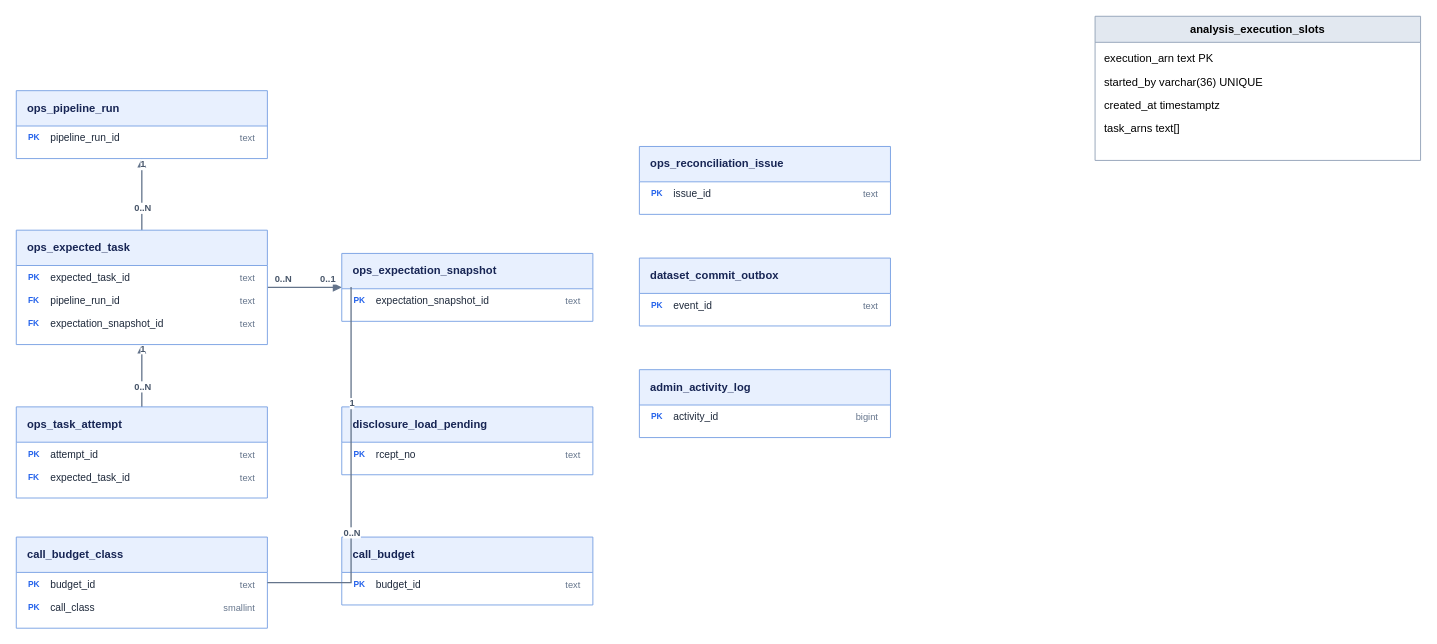
This is docs/data-model/domains/operations/erd.drawio from alphaeveryday/edge, a draw.io file, before an edit. Source tidied: cells renumbered, new cells numbered last; positions are measured from the earlier drawing's top-left corner, leaving out a move shared by most shapes. Both pictures are drawn from the tidied source at 93%, with x=0, y=0 at pixel (16, 16).
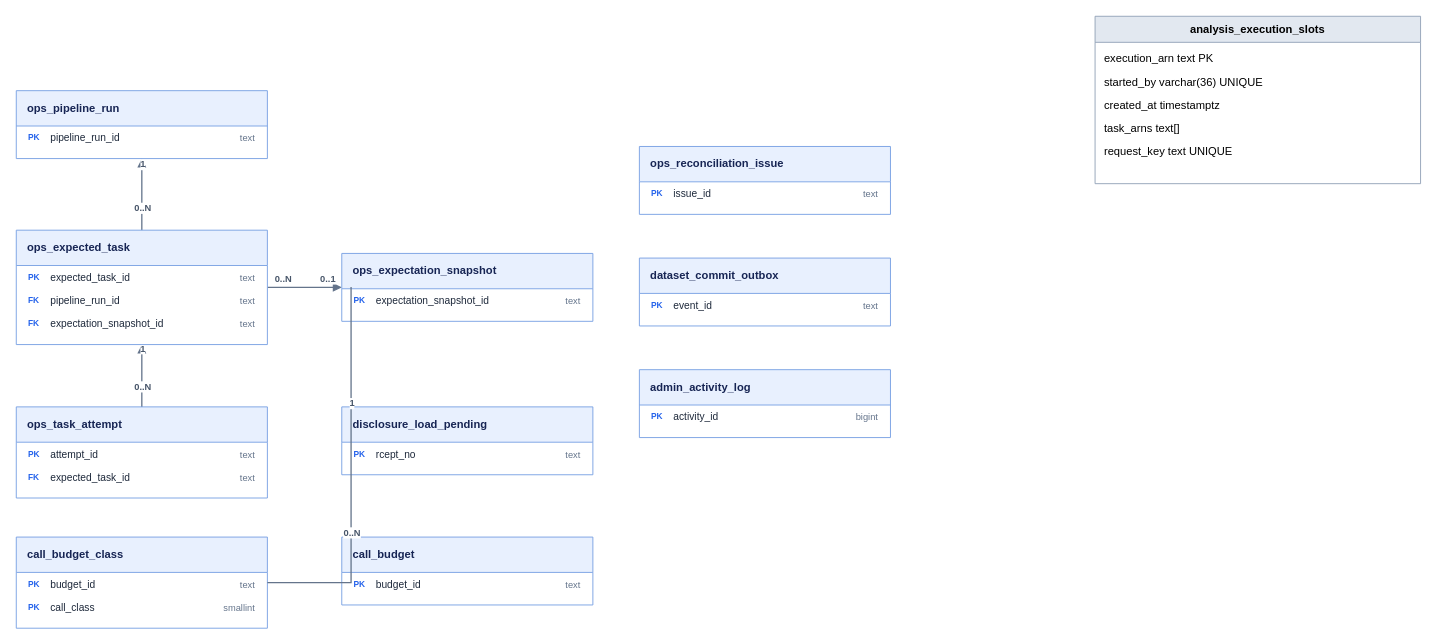
After the change.

Diff of the diagram source:
```diff
@@
     <mxCell id="38" value="analysis_execution_slots" style="swimlane;html=0;startSize=28;fillColor=#e2e8f0;strokeColor=#94a3b8;" parent="1" vertex="1">
-      <mxGeometry x="1160" width="350" height="155" as="geometry" />
+      <mxGeometry x="1160" width="350" height="180" as="geometry" />
     </mxCell>
@@
+    <mxCell id="43" value="request_key text UNIQUE" style="text;html=0;align=left;spacingLeft=8;" parent="38" vertex="1">
+      <mxGeometry y="132" width="350" height="25" as="geometry" />
+    </mxCell>
```
